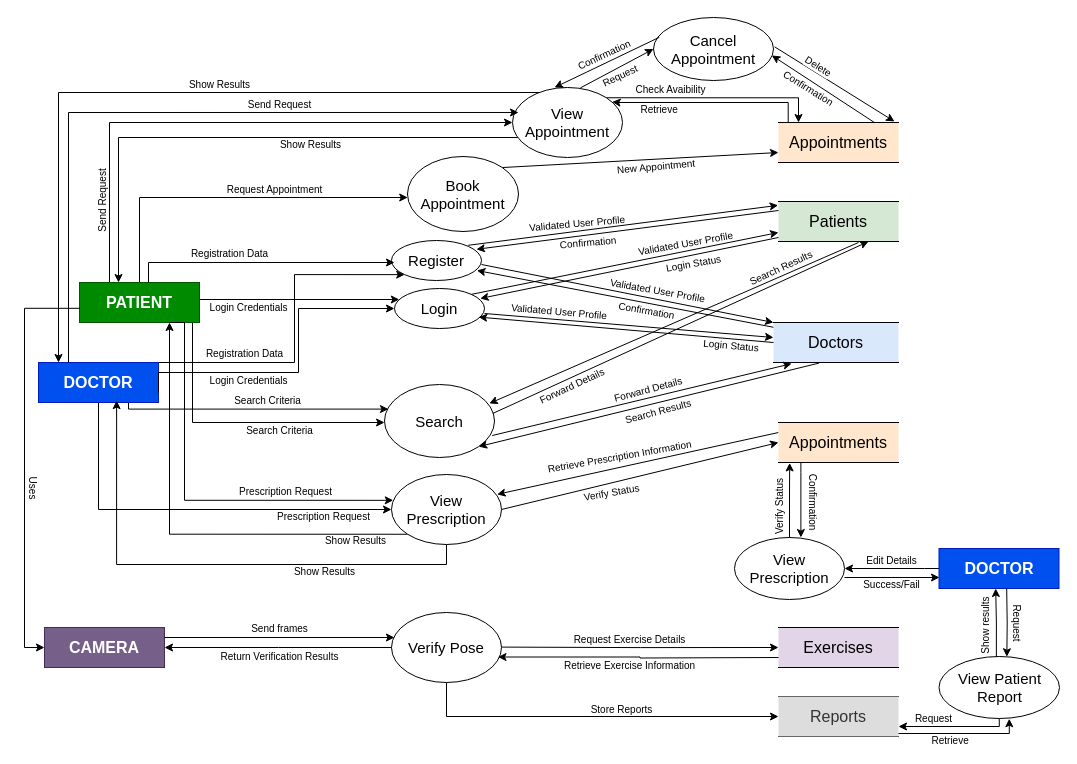
Earlier version of the draw.io diagram FIGURES/LVL1.drawio (KshavCode/Therapease). Source tidied: cells renumbered, new cells numbered last; positions are measured from the earlier drawing's top-left corner, leaving out a move shared by most shapes. Both pictures are drawn from the tidied source at 100%, with x=0, y=0 at pixel (24, 17).
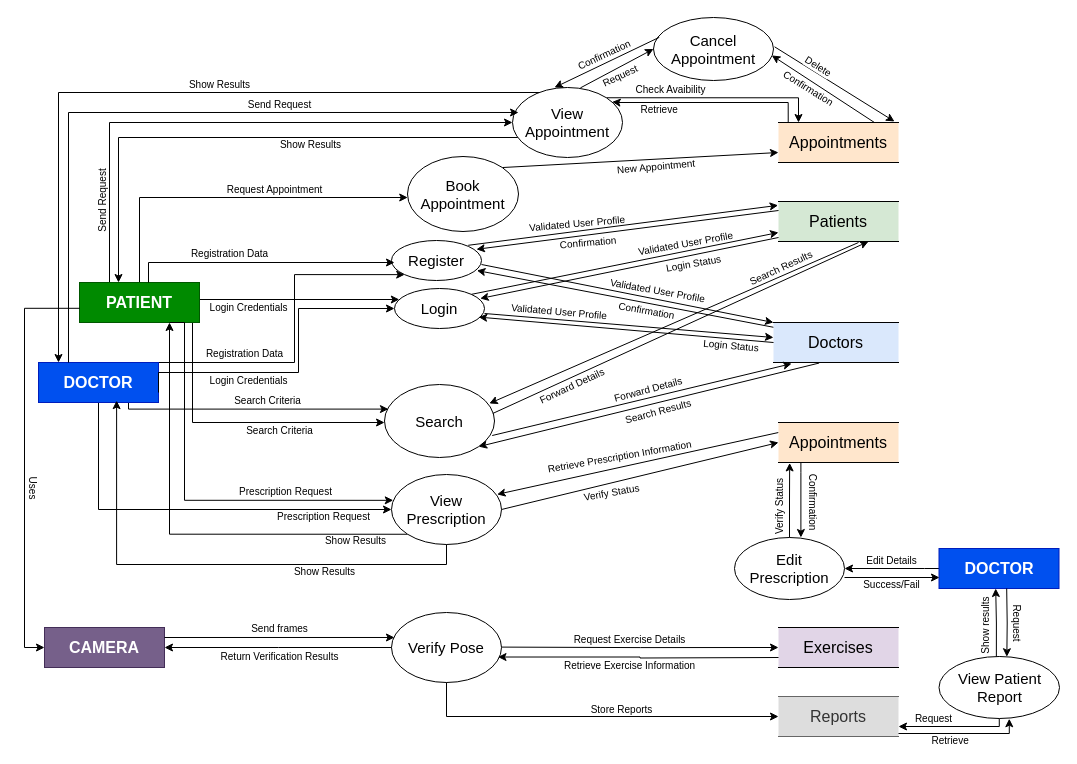
The same page after the edit.

The edit, as a diff of the source:
```diff
@@
-    <mxCell id="102" value="&lt;span style=&quot;font-size: 15px;&quot;&gt;View Prescription&lt;/span&gt;" style="ellipse;whiteSpace=wrap;html=1;" parent="1" vertex="1">
+    <mxCell id="102" value="&lt;span style=&quot;font-size: 15px;&quot;&gt;Edit Prescription&lt;/span&gt;" style="ellipse;whiteSpace=wrap;html=1;" parent="1" vertex="1">
       <mxGeometry x="710" y="520" width="110" height="62" as="geometry" />
     </mxCell>
```
